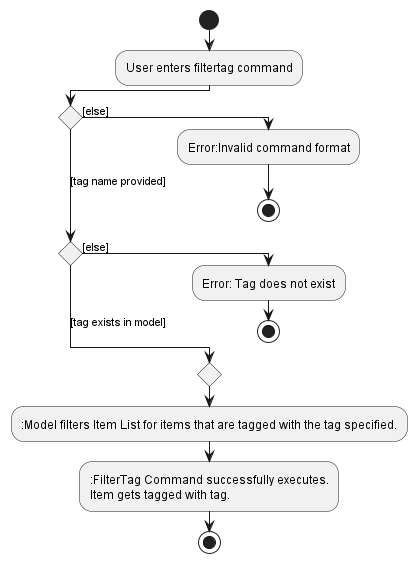
nus-cs2103-AY2223S1/tp keeps this PlantUML diagram as docs/images/FilterTagActivityDiagram.png. Above is the earlier version.
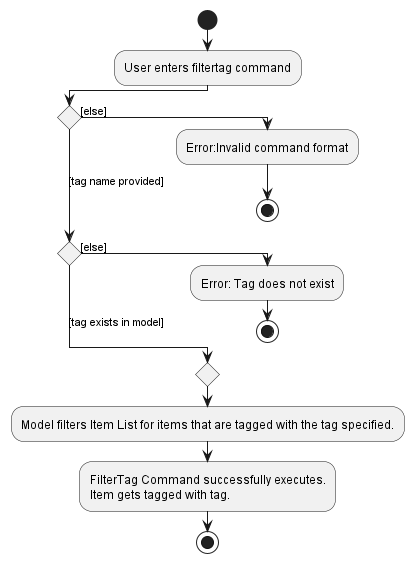
The same file after the commit.

Commit message:
Remove extra colons

What changed in the source:
```diff
@@ -10,8 +10,8 @@
   stop
  else ([tag exists in model])
 endif
-  -:Model filters Item List for items that are tagged with the tag specified.
-  ::FilterTag Command successfully executes.
+  -Model filters Item List for items that are tagged with the tag specified.
+  :FilterTag Command successfully executes.
 Item gets tagged with tag.;
 stop
 
```
